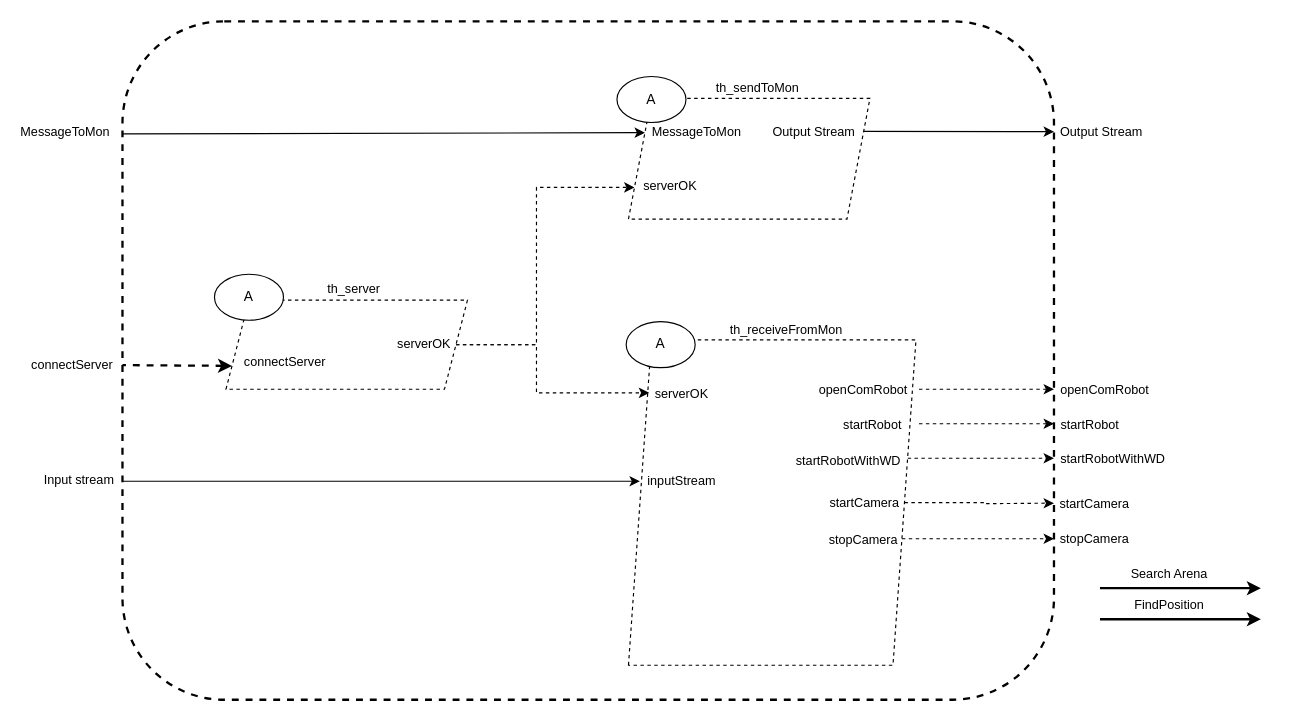
The draw.io diagram TH_gestion_monitor.drawio in martemr/Projet_temps_reel, before the edit. Source tidied: cells renumbered, new cells numbered last; positions are measured from the earlier drawing's top-left corner, leaving out a move shared by most shapes. Both pictures are drawn from the tidied source at 115%, with x=0, y=0 at pixel (122, 21).
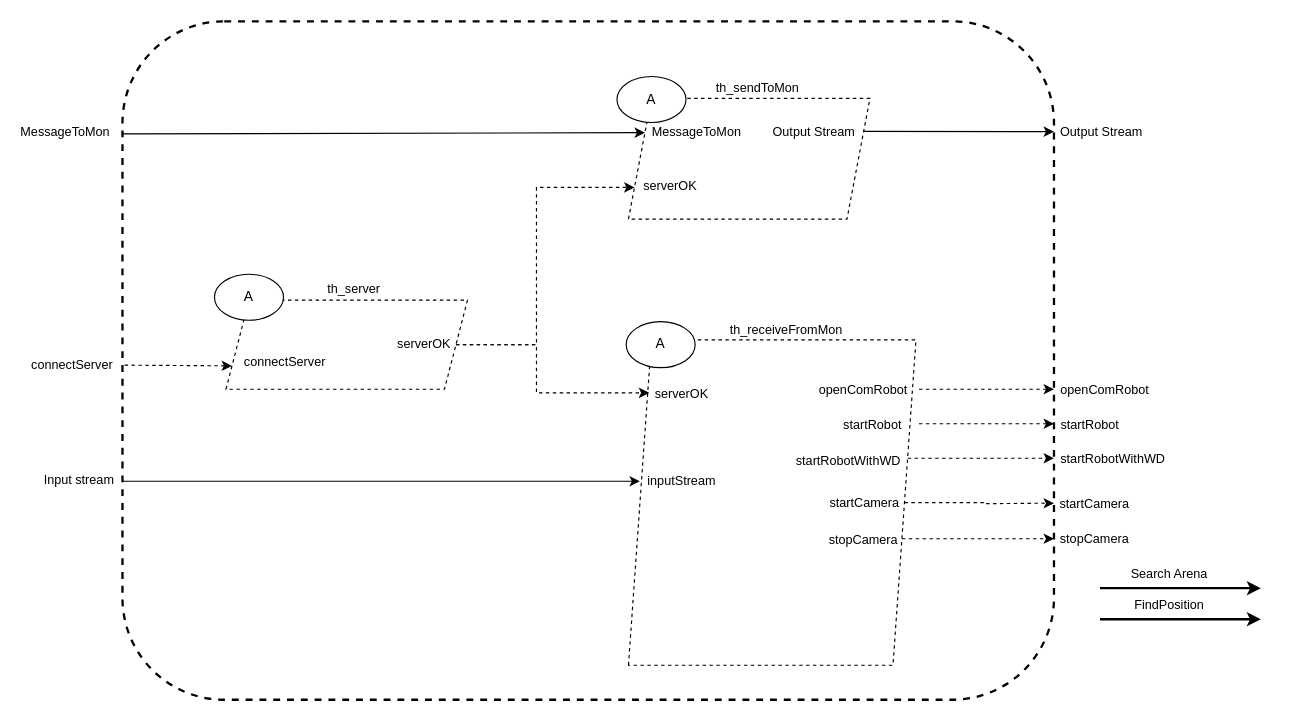
Above is the later version.

Unchanged cells that the change refers to:
```xml
<mxCell id="27" style="shape=parallelogram;perimeter=parallelogramPerimeter;whiteSpace=wrap;html=1;fixedSize=1;dashed=1;" parent="1" vertex="1">
  <mxGeometry x="90" y="242.5" width="210" height="77.5" as="geometry" />
</mxCell>
```

Diff of the diagram source:
```diff
@@
-    <mxCell id="11" style="rounded=0;jettySize=auto;html=1;startArrow=classic;startFill=1;endArrow=none;endFill=0;strokeColor=default;strokeWidth=2;dashed=1;exitX=0;exitY=0.75;exitDx=0;exitDy=0;" parent="1" edge="1" source="27">
+    <mxCell id="11" style="rounded=0;jettySize=auto;html=1;startArrow=classic;startFill=1;endArrow=none;endFill=0;strokeColor=default;strokeWidth=1;dashed=1;exitX=0;exitY=0.75;exitDx=0;exitDy=0;" parent="1" edge="1" source="27">
       <mxGeometry relative="1" as="geometry">
         <mxPoint y="299" as="targetPoint" />
       </mxGeometry>
     </mxCell>
```
